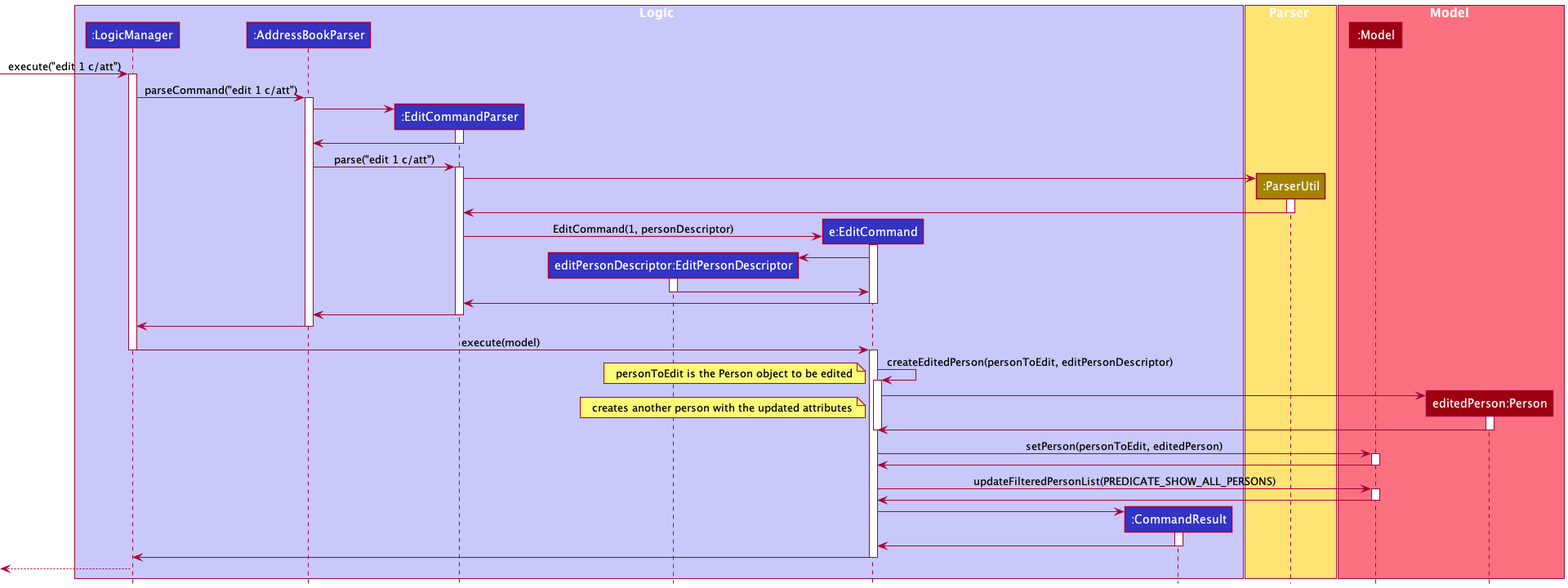
This is docs/images/EditCategoryCodeSequenceDiagram.png from nus-cs2103-AY2122S1/tp, a PlantUML export, as it was before one commit.
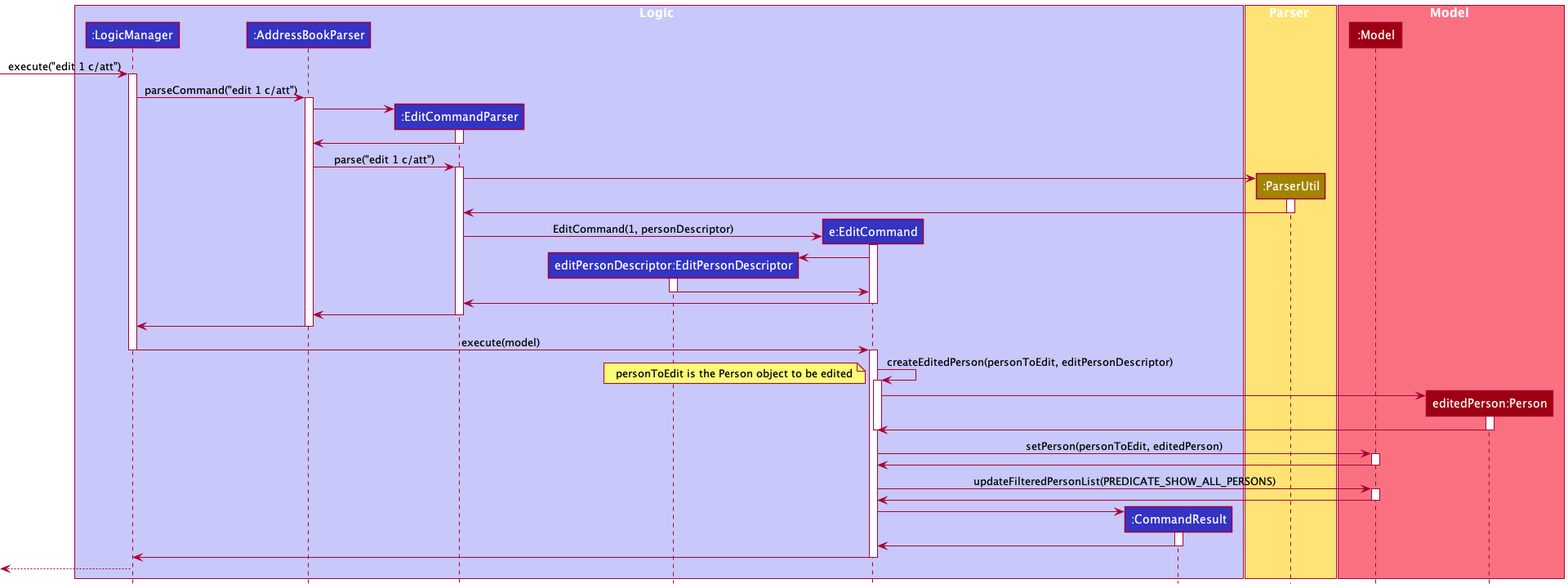
After the change.

The edit, as a diff of the source:
```diff
@@ -72,7 +72,6 @@
 
 create Person
 EditCommand -> Person
-note left: creates another person with the updated attributes
 activate Person
 
 Person -> EditCommand
```
